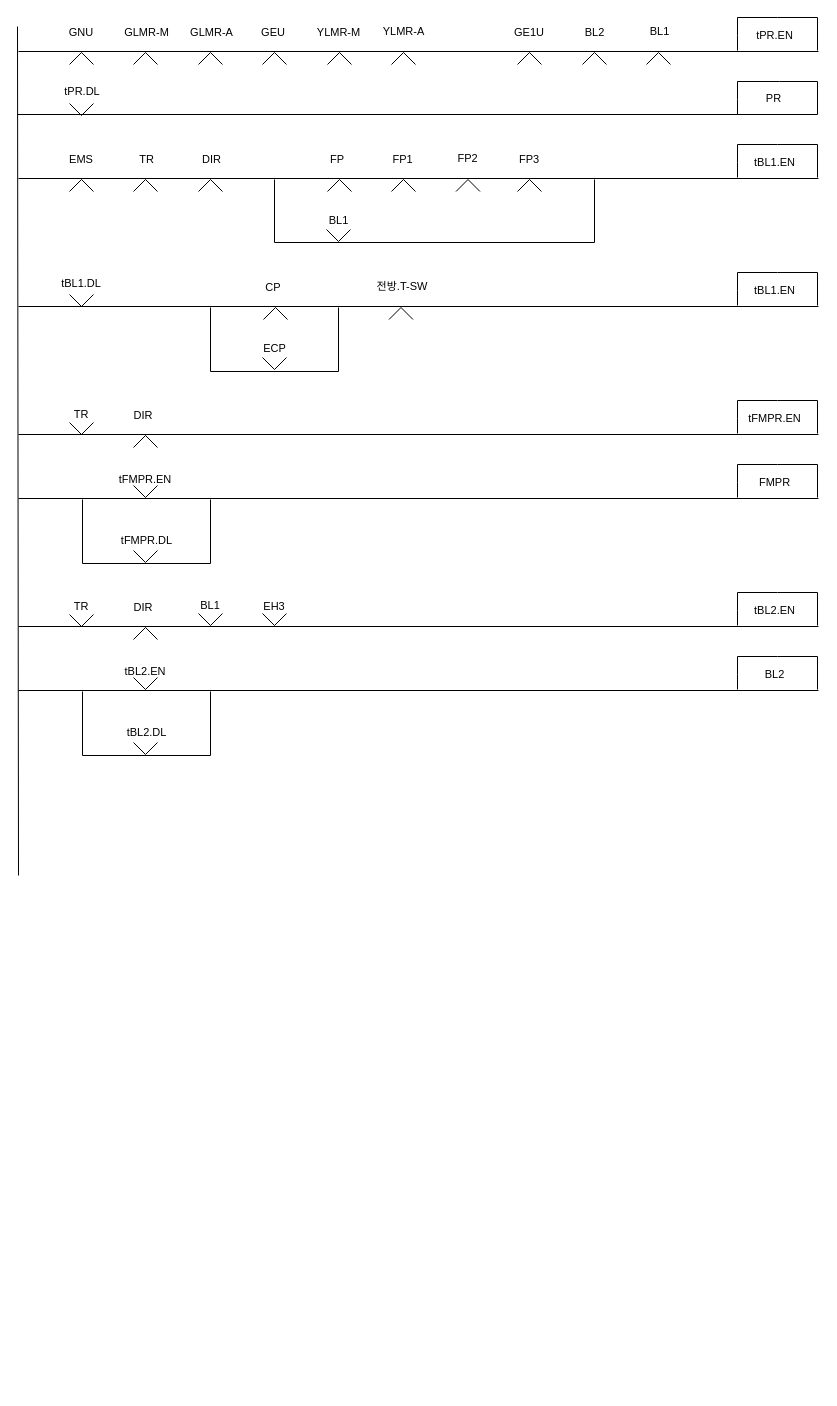
chillin2/MyDraw.io keeps this draw.io diagram as Untitled Diagram.drawio. Above is the earlier version. Source tidied: cells renumbered, new cells numbered last; positions are measured from the earlier drawing's top-left corner, leaving out a move shared by most shapes. Both pictures are drawn from the tidied source at 100%, with x=0, y=0 at pixel (17, 17).
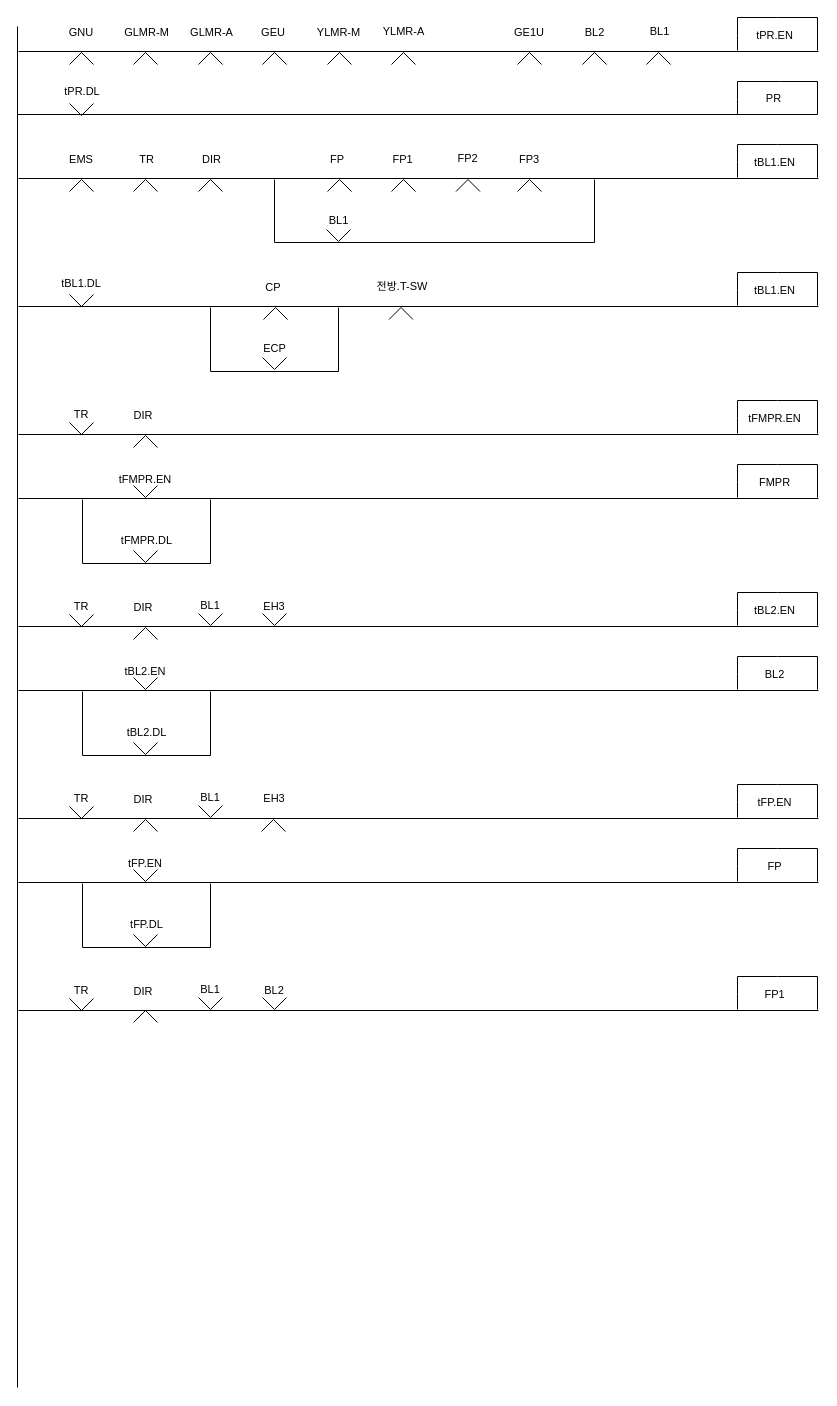
Above is the later version.

Diff of the diagram source:
```diff
@@
     <mxCell id="5" style="endArrow=none;html=1;rounded=0;" parent="1" edge="1">
       <mxGeometry relative="1" as="geometry">
-        <mxPoint x="1" y="858" as="sourcePoint" />
+        <mxPoint y="1370" as="sourcePoint" />
         <mxPoint y="9" as="targetPoint" />
       </mxGeometry>
     </mxCell>
@@
+    <mxCell id="95" style="endArrow=none;html=1;rounded=0;" parent="1" edge="1">
+      <mxGeometry relative="1" as="geometry">
+        <mxPoint x="1" y="801" as="sourcePoint" />
+        <mxPoint x="801" y="801" as="targetPoint" />
+      </mxGeometry>
+    </mxCell>
+    <mxCell id="96" value="TR" style="text;html=1;strokeColor=none;fillColor=none;align=center;verticalAlign=middle;whiteSpace=wrap;rounded=0;fontFamily=Helvetica;fontSize=11;fontColor=default;" parent="1" vertex="1">
+      <mxGeometry x="44" y="771" width="40" height="20" as="geometry" />
+    </mxCell>
+    <mxCell id="97" style="endArrow=none;html=1;rounded=0;labelBackgroundColor=default;fontFamily=Helvetica;fontSize=11;fontColor=default;startSize=3;endSize=3;sourcePerimeterSpacing=0;strokeColor=default;shape=connector;jumpStyle=none;jumpSize=6;" parent="1" edge="1">
+      <mxGeometry relative="1" as="geometry">
+        <mxPoint x="720" y="800" as="sourcePoint" />
+        <mxPoint x="800" y="800" as="targetPoint" />
+        <Array as="points">
+          <mxPoint x="720" y="785" />
+          <mxPoint x="720" y="767" />
+          <mxPoint x="760" y="767" />
+          <mxPoint x="800" y="767" />
+        </Array>
+      </mxGeometry>
+    </mxCell>
+    <mxCell id="98" style="verticalLabelPosition=bottom;html=1;verticalAlign=top;align=center;shape=mxgraph.floorplan.windowBow;strokeWidth=1;direction=east;" parent="1" vertex="1">
+      <mxGeometry x="52" y="771" width="24" height="48" as="geometry" />
+    </mxCell>
+    <mxCell id="99" style="verticalLabelPosition=bottom;html=1;verticalAlign=top;align=center;shape=mxgraph.floorplan.windowBow;strokeWidth=1;direction=west;" parent="1" vertex="1">
+      <mxGeometry x="116" y="784" width="24" height="48" as="geometry" />
+    </mxCell>
+    <mxCell id="100" value="DIR" style="text;html=1;strokeColor=none;fillColor=none;align=center;verticalAlign=middle;whiteSpace=wrap;rounded=0;fontFamily=Helvetica;fontSize=11;fontColor=default;" parent="1" vertex="1">
+      <mxGeometry x="106" y="772" width="40" height="20" as="geometry" />
+    </mxCell>
+    <mxCell id="101" value="tFP.EN" style="text;html=1;strokeColor=none;fillColor=none;align=center;verticalAlign=middle;whiteSpace=wrap;rounded=0;fontFamily=Helvetica;fontSize=11;fontColor=default;" parent="1" vertex="1">
+      <mxGeometry x="734" y="775" width="47" height="20" as="geometry" />
+    </mxCell>
+    <mxCell id="102" style="endArrow=none;html=1;rounded=0;" parent="1" edge="1">
+      <mxGeometry relative="1" as="geometry">
+        <mxPoint x="1" y="865" as="sourcePoint" />
+        <mxPoint x="801" y="865" as="targetPoint" />
+      </mxGeometry>
+    </mxCell>
+    <mxCell id="103" style="endArrow=none;html=1;rounded=0;labelBackgroundColor=default;fontFamily=Helvetica;fontSize=11;fontColor=default;startSize=3;endSize=3;sourcePerimeterSpacing=0;strokeColor=default;shape=connector;jumpStyle=none;jumpSize=6;" parent="1" edge="1">
+      <mxGeometry relative="1" as="geometry">
+        <mxPoint x="720" y="864" as="sourcePoint" />
+        <mxPoint x="800" y="864" as="targetPoint" />
+        <Array as="points">
+          <mxPoint x="720" y="849" />
+          <mxPoint x="720" y="831" />
+          <mxPoint x="760" y="831" />
+          <mxPoint x="800" y="831" />
+        </Array>
+      </mxGeometry>
+    </mxCell>
+    <mxCell id="104" value="tFP.EN" style="text;html=1;strokeColor=none;fillColor=none;align=center;verticalAlign=middle;whiteSpace=wrap;rounded=0;fontFamily=Helvetica;fontSize=11;fontColor=default;" parent="1" vertex="1">
+      <mxGeometry x="108" y="836" width="40" height="20" as="geometry" />
+    </mxCell>
+    <mxCell id="105" value="FP" style="text;html=1;strokeColor=none;fillColor=none;align=center;verticalAlign=middle;whiteSpace=wrap;rounded=0;fontFamily=Helvetica;fontSize=11;fontColor=default;" parent="1" vertex="1">
+      <mxGeometry x="734" y="839" width="47" height="20" as="geometry" />
+    </mxCell>
+    <mxCell id="106" style="endArrow=none;html=1;rounded=0;" parent="1" edge="1">
+      <mxGeometry relative="1" as="geometry">
+        <mxPoint x="65" y="866" as="sourcePoint" />
+        <mxPoint x="193" y="866" as="targetPoint" />
+        <Array as="points">
+          <mxPoint x="65" y="930" />
+          <mxPoint x="193" y="930" />
+        </Array>
+      </mxGeometry>
+    </mxCell>
+    <mxCell id="107" value="tFP.DL" style="text;html=1;strokeColor=none;fillColor=none;align=center;verticalAlign=middle;whiteSpace=wrap;rounded=0;fontFamily=Helvetica;fontSize=11;fontColor=default;" parent="1" vertex="1">
+      <mxGeometry x="106" y="897" width="47" height="20" as="geometry" />
+    </mxCell>
+    <mxCell id="108" style="verticalLabelPosition=bottom;html=1;verticalAlign=top;align=center;shape=mxgraph.floorplan.windowBow;strokeWidth=1;direction=east;" parent="1" vertex="1">
+      <mxGeometry x="116" y="899" width="24" height="48" as="geometry" />
+    </mxCell>
+    <mxCell id="109" style="verticalLabelPosition=bottom;html=1;verticalAlign=top;align=center;shape=mxgraph.floorplan.windowBow;strokeWidth=1;direction=east;" parent="1" vertex="1">
+      <mxGeometry x="116" y="834" width="24" height="48" as="geometry" />
+    </mxCell>
+    <mxCell id="110" value="BL1" style="text;html=1;strokeColor=none;fillColor=none;align=center;verticalAlign=middle;whiteSpace=wrap;rounded=0;fontFamily=Helvetica;fontSize=11;fontColor=default;" parent="1" vertex="1">
+      <mxGeometry x="173" y="770" width="40" height="20" as="geometry" />
+    </mxCell>
+    <mxCell id="111" style="verticalLabelPosition=bottom;html=1;verticalAlign=top;align=center;shape=mxgraph.floorplan.windowBow;strokeWidth=1;direction=east;" parent="1" vertex="1">
+      <mxGeometry x="181" y="770" width="24" height="48" as="geometry" />
+    </mxCell>
+    <mxCell id="112" value="EH3" style="text;html=1;strokeColor=none;fillColor=none;align=center;verticalAlign=middle;whiteSpace=wrap;rounded=0;fontFamily=Helvetica;fontSize=11;fontColor=default;" parent="1" vertex="1">
+      <mxGeometry x="237" y="771" width="40" height="20" as="geometry" />
+    </mxCell>
+    <mxCell id="113" style="verticalLabelPosition=bottom;html=1;verticalAlign=top;align=center;shape=mxgraph.floorplan.windowBow;strokeWidth=1;direction=west;" parent="1" vertex="1">
+      <mxGeometry x="244" y="784" width="24" height="48" as="geometry" />
+    </mxCell>
+    <mxCell id="114" style="endArrow=none;html=1;rounded=0;" parent="1" edge="1">
+      <mxGeometry relative="1" as="geometry">
+        <mxPoint x="1" y="993" as="sourcePoint" />
+        <mxPoint x="801" y="993" as="targetPoint" />
+      </mxGeometry>
+    </mxCell>
+    <mxCell id="115" value="TR" style="text;html=1;strokeColor=none;fillColor=none;align=center;verticalAlign=middle;whiteSpace=wrap;rounded=0;fontFamily=Helvetica;fontSize=11;fontColor=default;" parent="1" vertex="1">
+      <mxGeometry x="44" y="963" width="40" height="20" as="geometry" />
+    </mxCell>
+    <mxCell id="116" style="endArrow=none;html=1;rounded=0;labelBackgroundColor=default;fontFamily=Helvetica;fontSize=11;fontColor=default;startSize=3;endSize=3;sourcePerimeterSpacing=0;strokeColor=default;shape=connector;jumpStyle=none;jumpSize=6;" parent="1" edge="1">
+      <mxGeometry relative="1" as="geometry">
+        <mxPoint x="720" y="992" as="sourcePoint" />
+        <mxPoint x="800" y="992" as="targetPoint" />
+        <Array as="points">
+          <mxPoint x="720" y="977" />
+          <mxPoint x="720" y="959" />
+          <mxPoint x="760" y="959" />
+          <mxPoint x="800" y="959" />
+        </Array>
+      </mxGeometry>
+    </mxCell>
+    <mxCell id="117" style="verticalLabelPosition=bottom;html=1;verticalAlign=top;align=center;shape=mxgraph.floorplan.windowBow;strokeWidth=1;direction=east;" parent="1" vertex="1">
+      <mxGeometry x="52" y="963" width="24" height="48" as="geometry" />
+    </mxCell>
+    <mxCell id="118" value="DIR" style="text;html=1;strokeColor=none;fillColor=none;align=center;verticalAlign=middle;whiteSpace=wrap;rounded=0;fontFamily=Helvetica;fontSize=11;fontColor=default;" parent="1" vertex="1">
+      <mxGeometry x="106" y="964" width="40" height="20" as="geometry" />
+    </mxCell>
+    <mxCell id="119" value="FP1" style="text;html=1;strokeColor=none;fillColor=none;align=center;verticalAlign=middle;whiteSpace=wrap;rounded=0;fontFamily=Helvetica;fontSize=11;fontColor=default;" parent="1" vertex="1">
+      <mxGeometry x="734" y="967" width="47" height="20" as="geometry" />
+    </mxCell>
+    <mxCell id="120" value="BL1" style="text;html=1;strokeColor=none;fillColor=none;align=center;verticalAlign=middle;whiteSpace=wrap;rounded=0;fontFamily=Helvetica;fontSize=11;fontColor=default;" parent="1" vertex="1">
+      <mxGeometry x="173" y="962" width="40" height="20" as="geometry" />
+    </mxCell>
+    <mxCell id="121" style="verticalLabelPosition=bottom;html=1;verticalAlign=top;align=center;shape=mxgraph.floorplan.windowBow;strokeWidth=1;direction=east;" parent="1" vertex="1">
+      <mxGeometry x="181" y="962" width="24" height="48" as="geometry" />
+    </mxCell>
+    <mxCell id="122" value="BL2" style="text;html=1;strokeColor=none;fillColor=none;align=center;verticalAlign=middle;whiteSpace=wrap;rounded=0;fontFamily=Helvetica;fontSize=11;fontColor=default;" parent="1" vertex="1">
+      <mxGeometry x="237" y="963" width="40" height="20" as="geometry" />
+    </mxCell>
+    <mxCell id="123" style="verticalLabelPosition=bottom;html=1;verticalAlign=top;align=center;shape=mxgraph.floorplan.windowBow;strokeWidth=1;direction=east;" parent="1" vertex="1">
+      <mxGeometry x="245" y="962" width="24" height="48" as="geometry" />
+    </mxCell>
+    <mxCell id="124" style="verticalLabelPosition=bottom;html=1;verticalAlign=top;align=center;shape=mxgraph.floorplan.windowBow;strokeWidth=1;direction=west;" parent="1" vertex="1">
+      <mxGeometry x="116" y="975" width="24" height="48" as="geometry" />
+    </mxCell>
```
